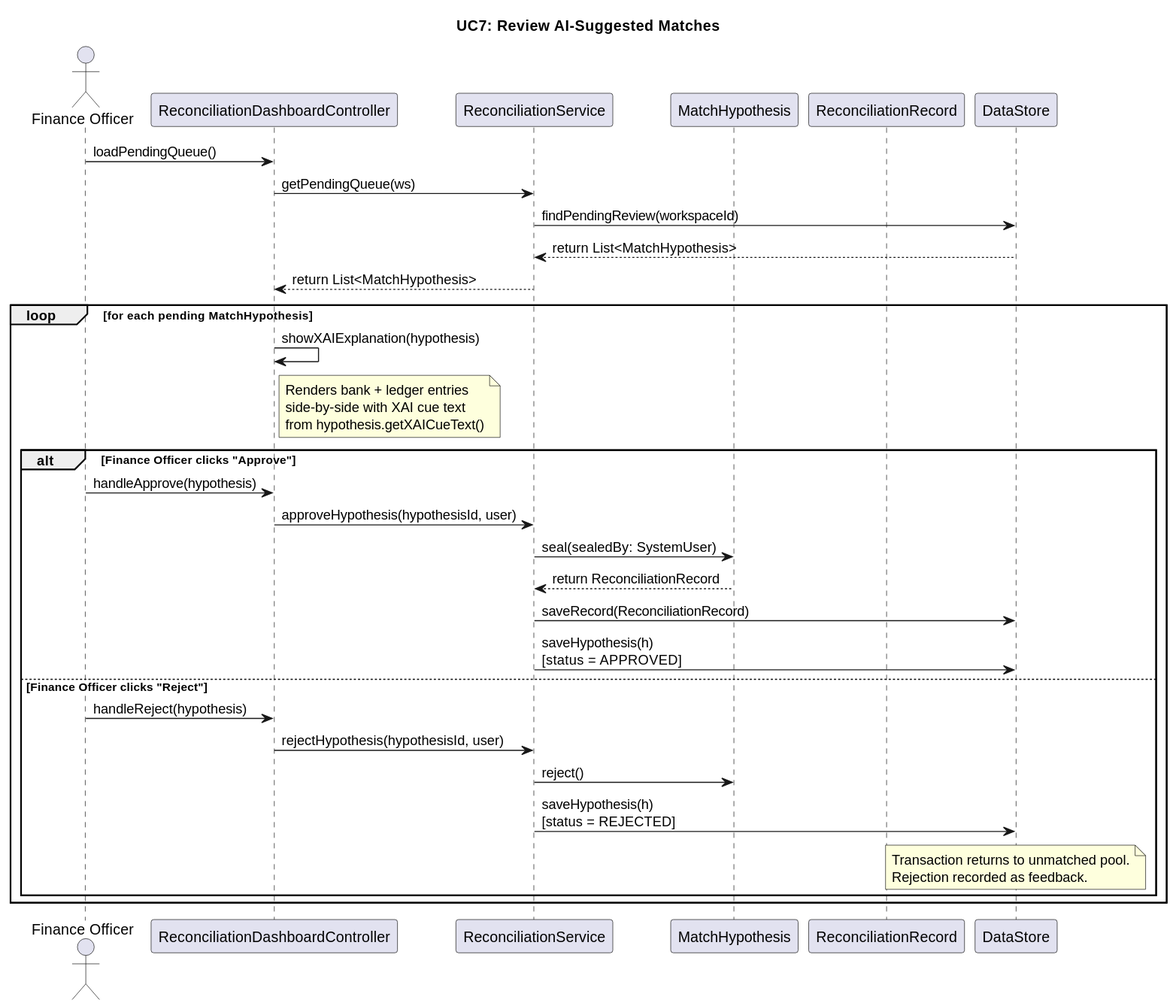
Before: docs/Sequence Diagrams/UC7_ReviewAISuggestedMatches.svg, a diagram exported from PlantUML (rayyan-41/AVAL-AI-Reconciliation-Engine).
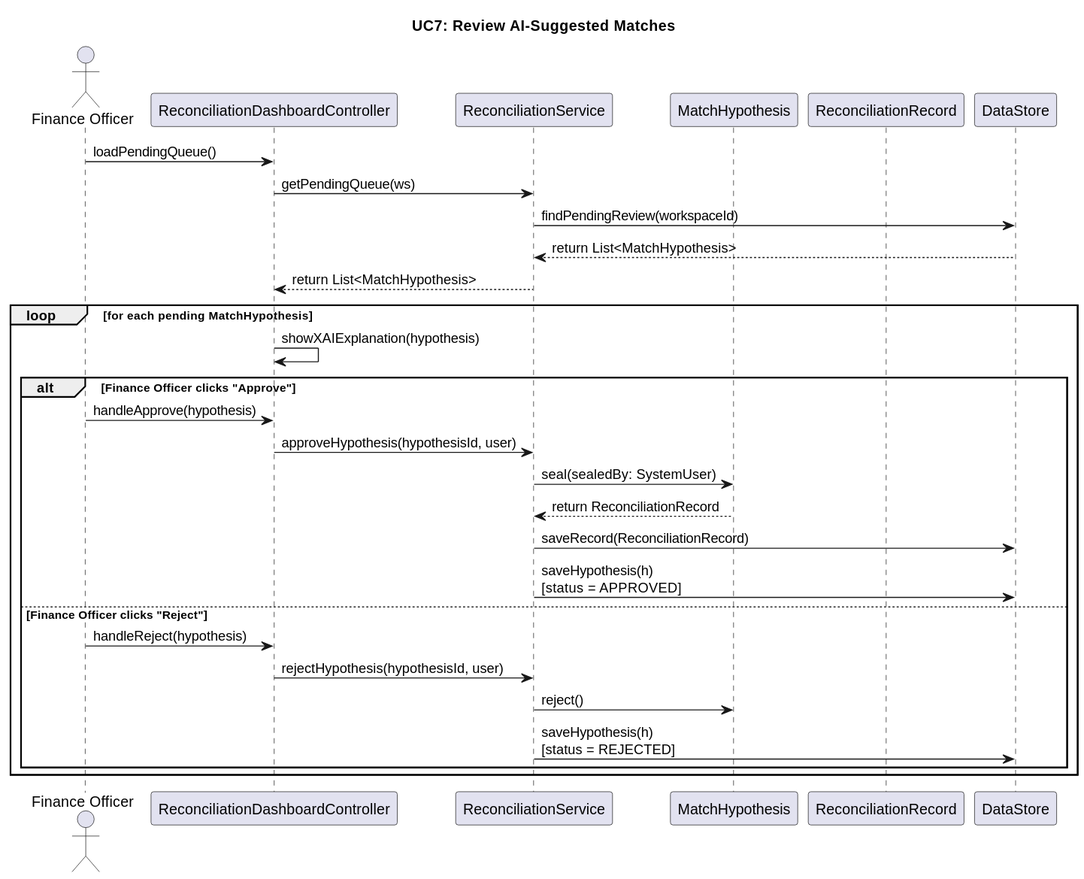
Later version of the same file.

The edit, as a diff of the source:
```diff
@@ -16,7 +16,6 @@
 
 loop for each pending MatchHypothesis
     RDC -> RDC : showXAIExplanation(hypothesis)
-    note right of RDC : Renders bank + ledger entries\nside-by-side with XAI cue text\nfrom hypothesis.getXAICueText()
 
     alt Finance Officer clicks "Approve"
         FO -> RDC : handleApprove(hypothesis)
@@ -31,7 +30,6 @@
         RDC -> RS : rejectHypothesis(hypothesisId, user)
         RS -> MH : reject()
         RS -> DS : saveHypothesis(h)\n[status = REJECTED]
-        note over DS : Transaction returns to unmatched pool.\nRejection recorded as feedback.
     end
 end
 @enduml
```
